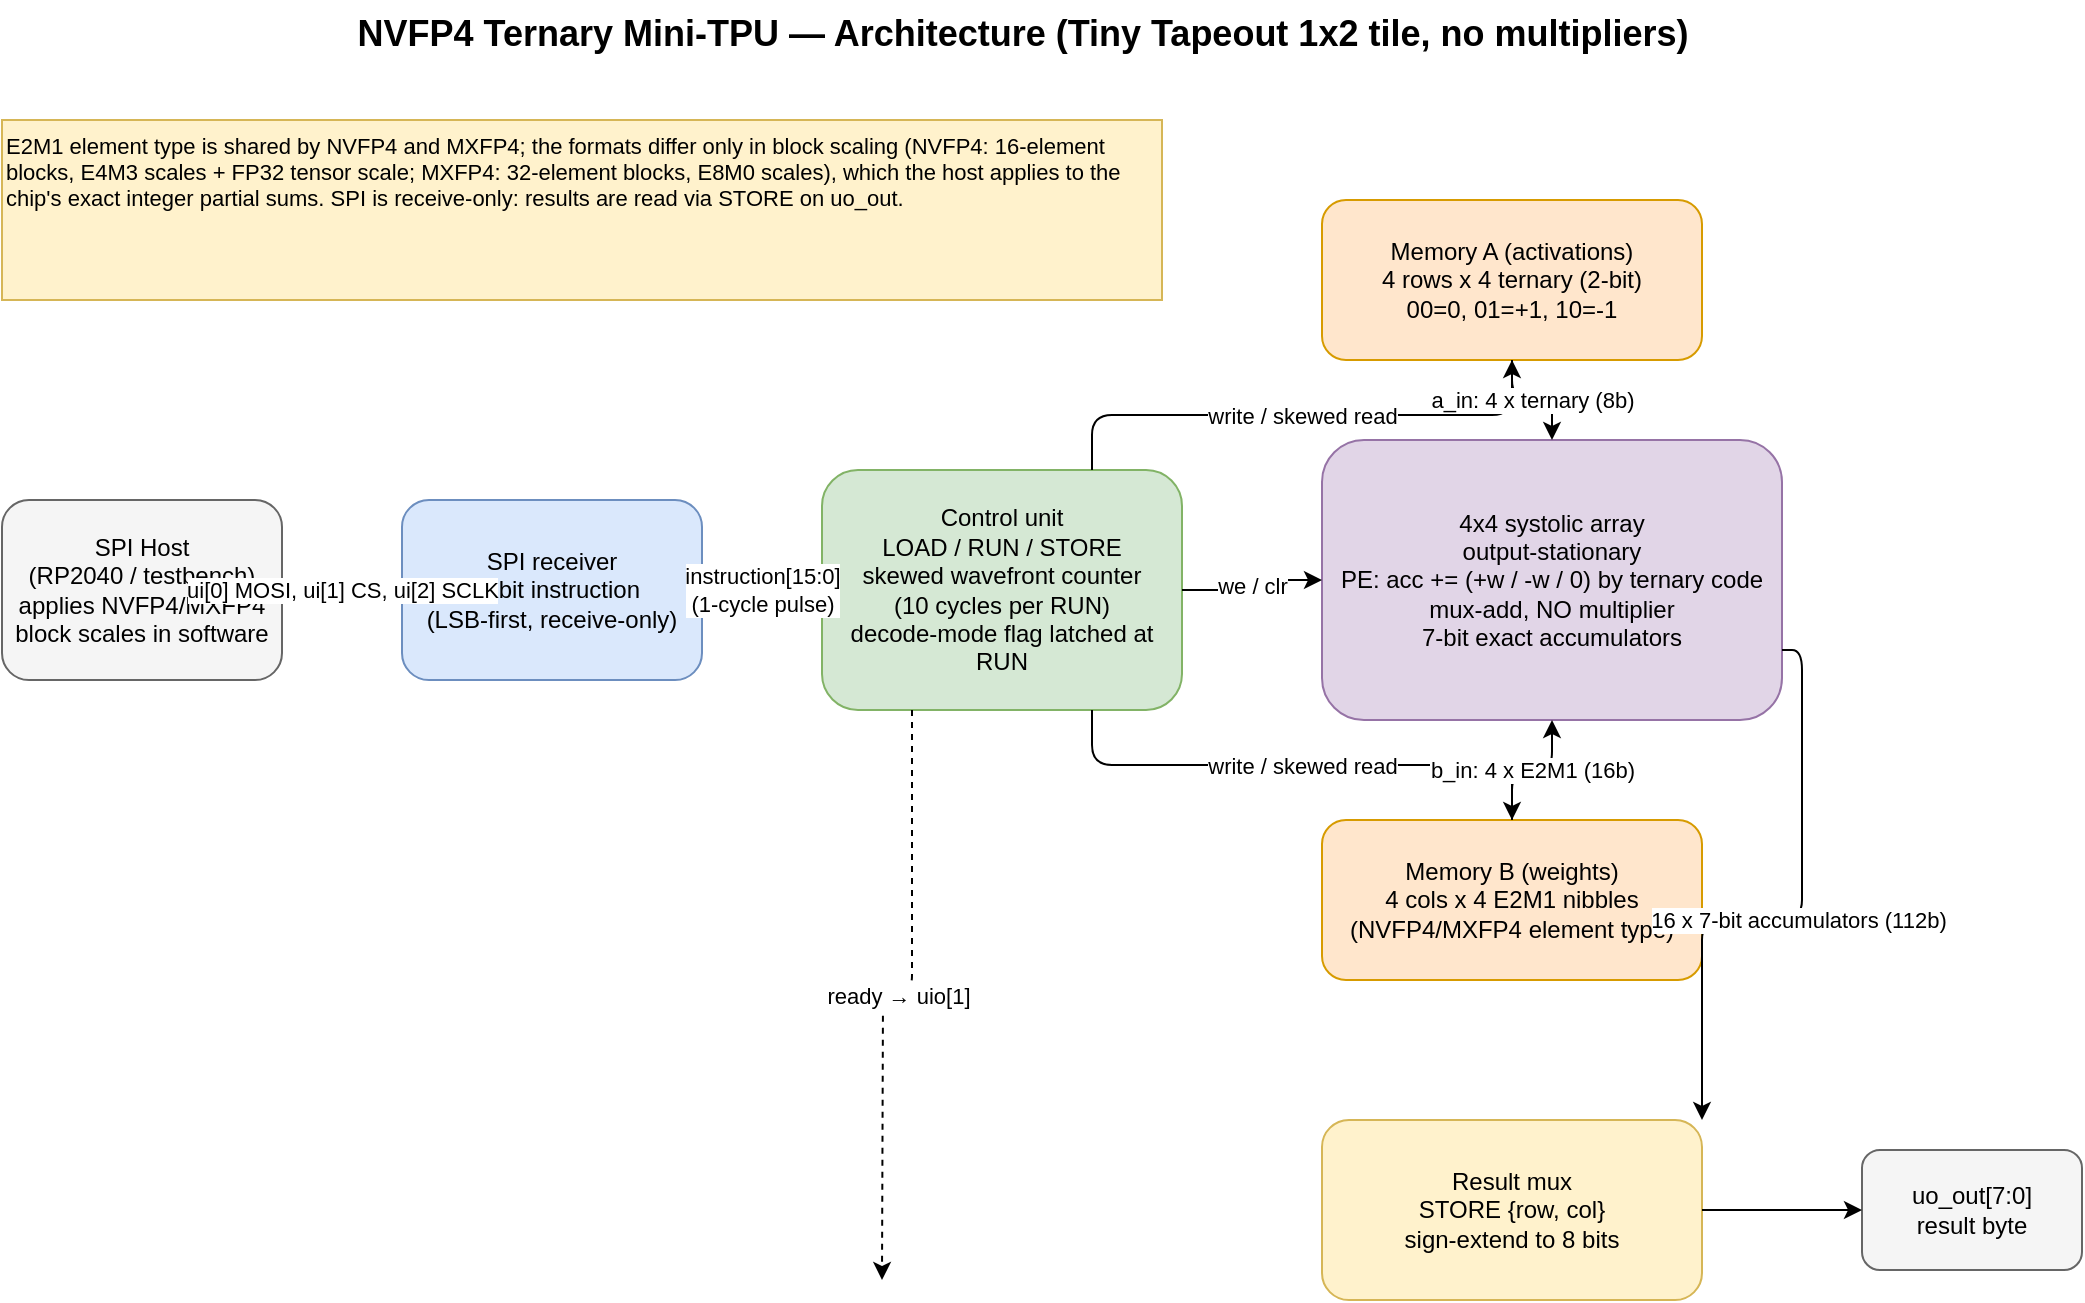
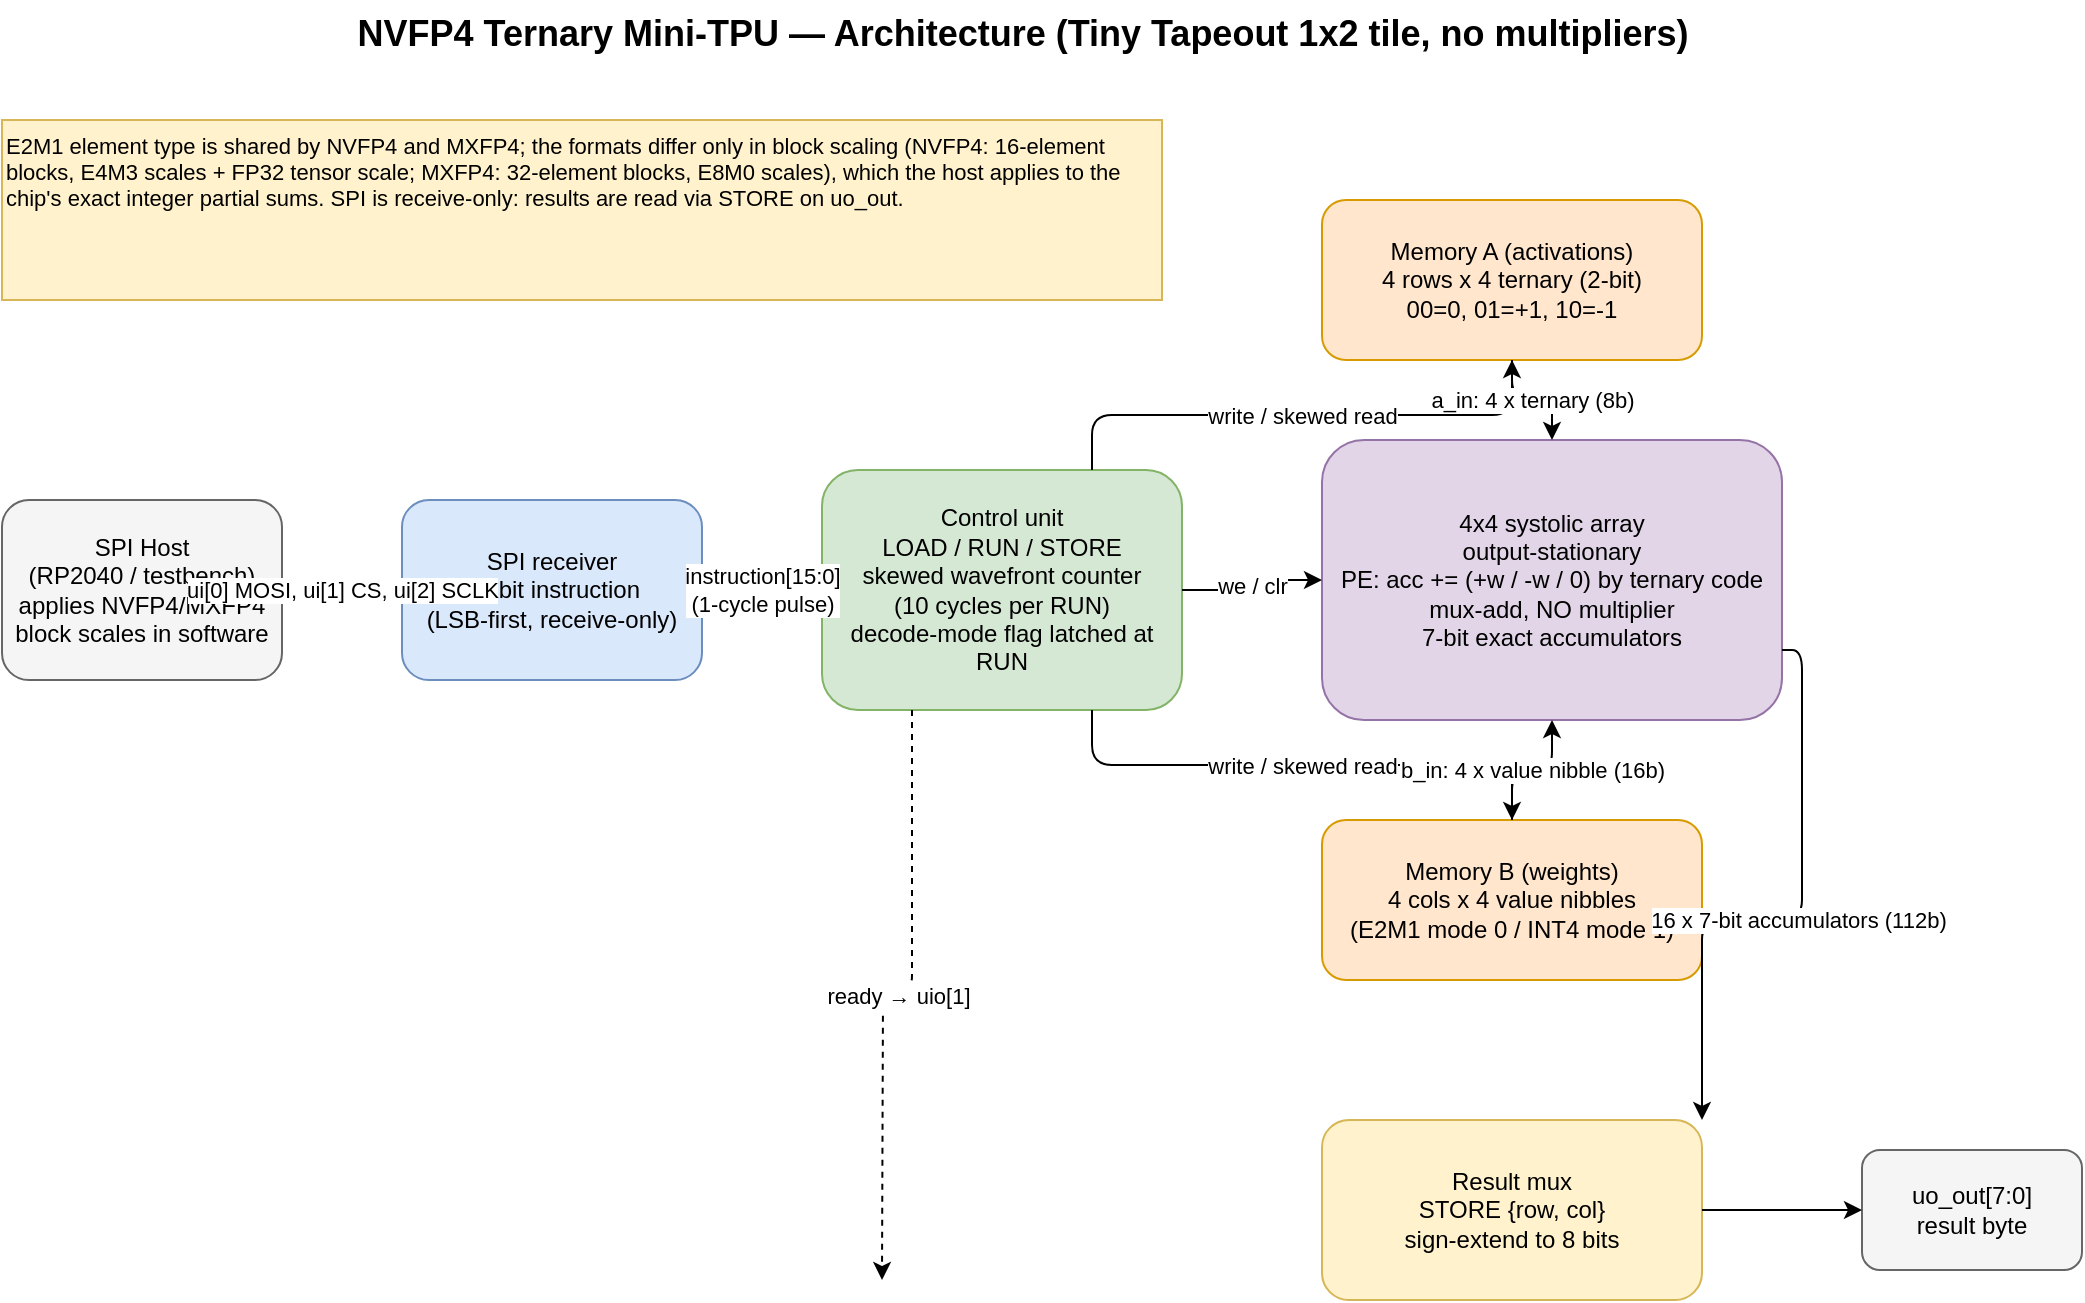
<mxfile host="app.diagrams.net" type="device">
  <diagram id="arch" name="Architecture">
    <mxGraphModel dx="1200" dy="800" grid="1" gridSize="10" guides="1" tooltips="1" connect="1" arrows="1" fold="1" page="1" pageScale="1" pageWidth="1100" pageHeight="700" math="0" shadow="0">
      <root>
        <mxCell id="0" />
        <mxCell id="1" parent="0" />

        <mxCell id="title" value="NVFP4 Ternary Mini-TPU — Architecture (Tiny Tapeout 1x2 tile, no multipliers)" style="text;html=1;fontSize=18;fontStyle=1;align=center;" vertex="1" parent="1">
          <mxGeometry x="150" y="20" width="800" height="30" as="geometry" />
        </mxCell>

        <mxCell id="host" value="SPI Host&#10;(RP2040 / testbench)&#10;applies NVFP4/MXFP4&#10;block scales in software" style="rounded=1;whiteSpace=wrap;html=1;fillColor=#f5f5f5;strokeColor=#666666;" vertex="1" parent="1">
          <mxGeometry x="40" y="270" width="140" height="90" as="geometry" />
        </mxCell>

        <mxCell id="spi" value="SPI receiver&#10;16-bit instruction&#10;(LSB-first, receive-only)" style="rounded=1;whiteSpace=wrap;html=1;fillColor=#dae8fc;strokeColor=#6c8ebf;" vertex="1" parent="1">
          <mxGeometry x="240" y="270" width="150" height="90" as="geometry" />
        </mxCell>

        <mxCell id="ctrl" value="Control unit&#10;LOAD / RUN / STORE&#10;skewed wavefront counter&#10;(10 cycles per RUN)&#10;decode-mode flag latched at RUN" style="rounded=1;whiteSpace=wrap;html=1;fillColor=#d5e8d4;strokeColor=#82b366;" vertex="1" parent="1">
          <mxGeometry x="450" y="255" width="180" height="120" as="geometry" />
        </mxCell>

        <mxCell id="mema" value="Memory A (activations)&#10;4 rows x 4 ternary (2-bit)&#10;00=0, 01=+1, 10=-1" style="rounded=1;whiteSpace=wrap;html=1;fillColor=#ffe6cc;strokeColor=#d79b00;" vertex="1" parent="1">
          <mxGeometry x="700" y="120" width="190" height="80" as="geometry" />
        </mxCell>

-         <mxCell id="memb" value="Memory B (weights)&#10;4 cols x 4 E2M1 nibbles&#10;(NVFP4/MXFP4 element type)" style="rounded=1;whiteSpace=wrap;html=1;fillColor=#ffe6cc;strokeColor=#d79b00;" vertex="1" parent="1">
+         <mxCell id="memb" value="Memory B (weights)&#10;4 cols x 4 value nibbles&#10;(E2M1 mode 0 / INT4 mode 1)" style="rounded=1;whiteSpace=wrap;html=1;fillColor=#ffe6cc;strokeColor=#d79b00;" vertex="1" parent="1">
          <mxGeometry x="700" y="430" width="190" height="80" as="geometry" />
        </mxCell>

        <mxCell id="array" value="4x4 systolic array&#10;output-stationary&#10;PE: acc += (+w / -w / 0) by ternary code&#10;mux-add, NO multiplier&#10;7-bit exact accumulators" style="rounded=1;whiteSpace=wrap;html=1;fillColor=#e1d5e7;strokeColor=#9673a6;" vertex="1" parent="1">
          <mxGeometry x="700" y="240" width="230" height="140" as="geometry" />
        </mxCell>

        <mxCell id="mux" value="Result mux&#10;STORE {row, col}&#10;sign-extend to 8 bits" style="rounded=1;whiteSpace=wrap;html=1;fillColor=#fff2cc;strokeColor=#d6b656;" vertex="1" parent="1">
          <mxGeometry x="700" y="580" width="190" height="90" as="geometry" />
        </mxCell>

        <mxCell id="uo" value="uo_out[7:0]&#10;result byte" style="rounded=1;whiteSpace=wrap;html=1;fillColor=#f5f5f5;strokeColor=#666666;" vertex="1" parent="1">
          <mxGeometry x="970" y="595" width="110" height="60" as="geometry" />
        </mxCell>

        <mxCell id="e1" value="ui[0] MOSI, ui[1] CS, ui[2] SCLK" style="edgeStyle=orthogonalEdgeStyle;rounded=1;html=1;" edge="1" parent="1" source="host" target="spi">
          <mxGeometry relative="1" as="geometry" />
        </mxCell>
        <mxCell id="e2" value="instruction[15:0]&#10;(1-cycle pulse)" style="edgeStyle=orthogonalEdgeStyle;rounded=1;html=1;" edge="1" parent="1" source="spi" target="ctrl">
          <mxGeometry relative="1" as="geometry" />
        </mxCell>
        <mxCell id="e3" value="write / skewed read" style="edgeStyle=orthogonalEdgeStyle;rounded=1;html=1;exitX=0.75;exitY=0;" edge="1" parent="1" source="ctrl" target="mema">
          <mxGeometry relative="1" as="geometry" />
        </mxCell>
        <mxCell id="e4" value="write / skewed read" style="edgeStyle=orthogonalEdgeStyle;rounded=1;html=1;exitX=0.75;exitY=1;" edge="1" parent="1" source="ctrl" target="memb">
          <mxGeometry relative="1" as="geometry" />
        </mxCell>
        <mxCell id="e5" value="a_in: 4 x ternary (8b)" style="edgeStyle=orthogonalEdgeStyle;rounded=1;html=1;exitX=0.5;exitY=1;entryX=0.5;entryY=0;" edge="1" parent="1" source="mema" target="array">
          <mxGeometry relative="1" as="geometry" />
        </mxCell>
-         <mxCell id="e6" value="b_in: 4 x E2M1 (16b)" style="edgeStyle=orthogonalEdgeStyle;rounded=1;html=1;exitX=0.5;exitY=0;entryX=0.5;entryY=1;" edge="1" parent="1" source="memb" target="array">
+         <mxCell id="e6" value="b_in: 4 x value nibble (16b)" style="edgeStyle=orthogonalEdgeStyle;rounded=1;html=1;exitX=0.5;exitY=0;entryX=0.5;entryY=1;" edge="1" parent="1" source="memb" target="array">
          <mxGeometry relative="1" as="geometry" />
        </mxCell>
        <mxCell id="e7" value="we / clr" style="edgeStyle=orthogonalEdgeStyle;rounded=1;html=1;" edge="1" parent="1" source="ctrl" target="array">
          <mxGeometry relative="1" as="geometry" />
        </mxCell>
        <mxCell id="e8" value="16 x 7-bit accumulators (112b)" style="edgeStyle=orthogonalEdgeStyle;rounded=1;html=1;exitX=1;exitY=0.75;entryX=1;entryY=0;" edge="1" parent="1" source="array" target="mux">
          <mxGeometry relative="1" as="geometry" />
        </mxCell>
        <mxCell id="e9" value="" style="edgeStyle=orthogonalEdgeStyle;rounded=1;html=1;" edge="1" parent="1" source="mux" target="uo">
          <mxGeometry relative="1" as="geometry" />
        </mxCell>
        <mxCell id="e11" value="ready → uio[1]" style="edgeStyle=orthogonalEdgeStyle;rounded=1;html=1;exitX=0.25;exitY=1;dashed=1;" edge="1" parent="1" source="ctrl">
          <mxGeometry relative="1" as="geometry">
            <mxPoint x="480" y="660" as="targetPoint" />
          </mxGeometry>
        </mxCell>

        <mxCell id="note" value="E2M1 element type is shared by NVFP4 and MXFP4; the formats differ only in block scaling (NVFP4: 16-element blocks, E4M3 scales + FP32 tensor scale; MXFP4: 32-element blocks, E8M0 scales), which the host applies to the chip's exact integer partial sums. SPI is receive-only: results are read via STORE on uo_out." style="text;html=1;whiteSpace=wrap;fontSize=11;fillColor=#fff2cc;strokeColor=#d6b656;" vertex="1" parent="1">
          <mxGeometry x="40" y="80" width="580" height="90" as="geometry" />
        </mxCell>
      </root>
    </mxGraphModel>
  </diagram>
</mxfile>
